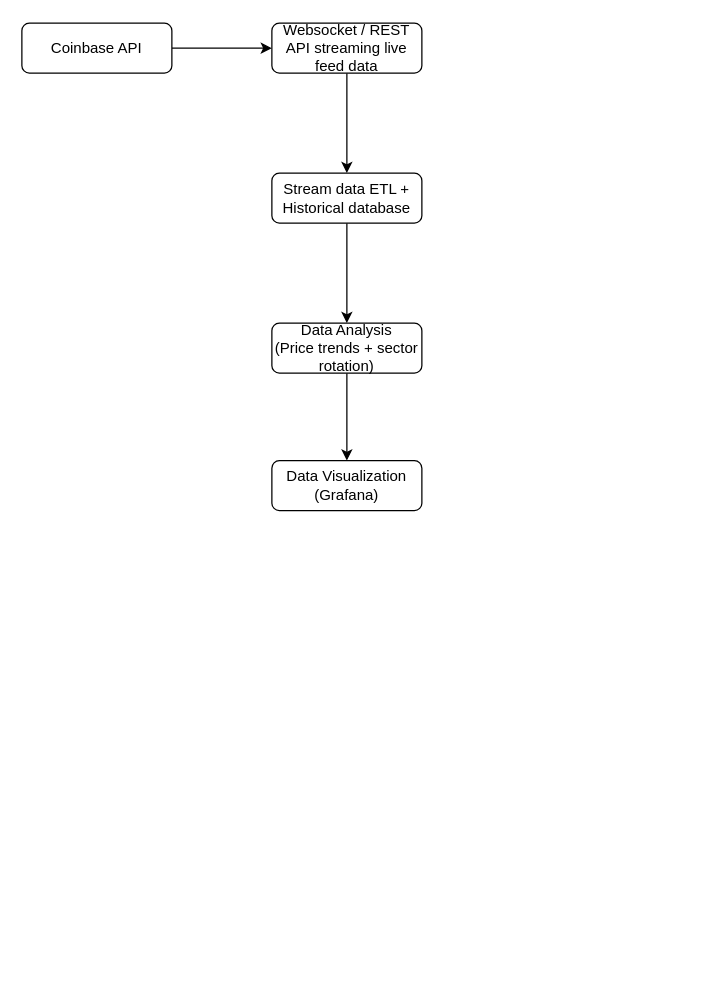
Above: workflow.drawio in sfu-mpcs/crytocode (draw.io), before the change. Source tidied: cells renumbered, new cells numbered last; positions are measured from the earlier drawing's top-left corner, leaving out a move shared by most shapes. Both pictures are drawn from the tidied source at 125%, with x=0, y=0 at pixel (21, 22).
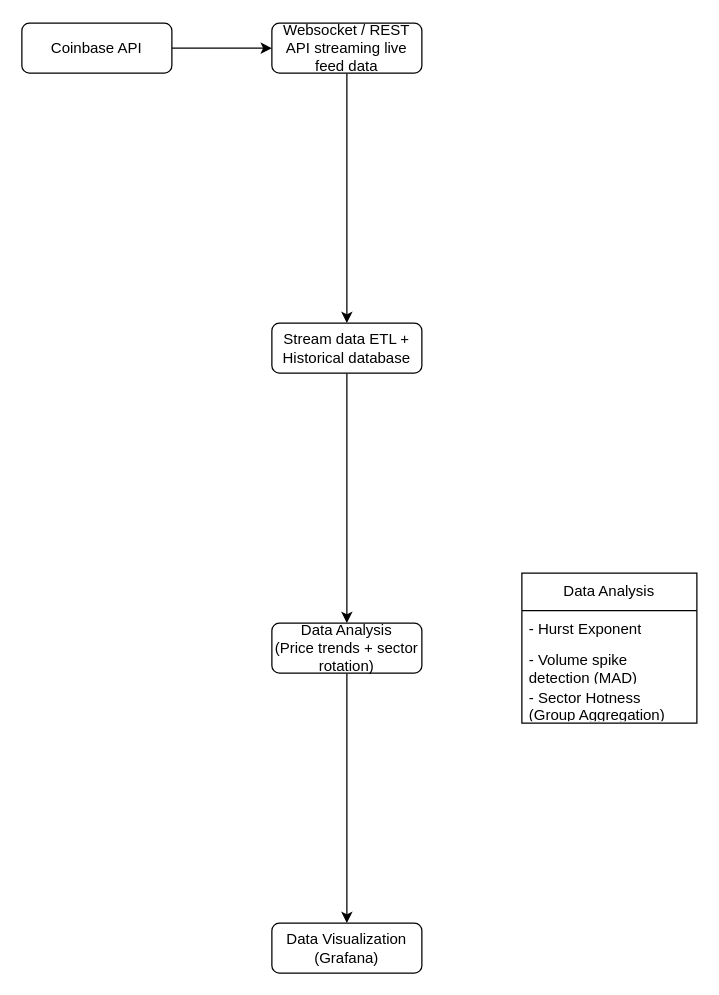
The same page after the edit.

Commit message:
Update details for analysis

What changed in the source:
```diff
@@
 <mxGraphModel>
   <root>
     <mxCell id="0" />
     <mxCell id="1" parent="0" />
     <mxCell id="2" style="edgeStyle=orthogonalEdgeStyle;rounded=0;jettySize=auto;html=1;" parent="1" edge="1" source="3" target="5">
       <mxGeometry relative="1" as="geometry" />
     </mxCell>
     <mxCell id="3" value="Websocket / REST API streaming live feed data" style="rounded=1;whiteSpace=wrap;html=1;fontSize=12;glass=0;strokeWidth=1;shadow=0;" parent="1" vertex="1">
       <mxGeometry x="200" width="120" height="40" as="geometry" />
     </mxCell>
     <mxCell id="4" style="edgeStyle=orthogonalEdgeStyle;rounded=0;jettySize=auto;html=1;" parent="1" edge="1" source="5" target="8">
       <mxGeometry relative="1" as="geometry" />
     </mxCell>
     <mxCell id="5" value="Stream data ETL + Historical database" style="rounded=1;whiteSpace=wrap;html=1;fontSize=12;glass=0;strokeWidth=1;shadow=0;" parent="1" vertex="1">
-      <mxGeometry x="200" y="120" width="120" height="40" as="geometry" />
+      <mxGeometry x="200" y="240" width="120" height="40" as="geometry" />
     </mxCell>
     <mxCell id="6" value="Data Visualization&lt;div&gt;(Grafana)&lt;/div&gt;" style="rounded=1;whiteSpace=wrap;html=1;fontSize=12;glass=0;strokeWidth=1;shadow=0;" parent="1" vertex="1">
-      <mxGeometry x="200" y="350" width="120" height="40" as="geometry" />
+      <mxGeometry x="200" y="720" width="120" height="40" as="geometry" />
     </mxCell>
     <mxCell id="7" style="edgeStyle=orthogonalEdgeStyle;rounded=0;jettySize=auto;html=1;" parent="1" edge="1" source="8" target="6">
       <mxGeometry relative="1" as="geometry" />
     </mxCell>
     <mxCell id="8" value="Data Analysis&lt;div&gt;(Price trends + sector rotation)&lt;/div&gt;" style="rounded=1;whiteSpace=wrap;html=1;fontSize=12;glass=0;strokeWidth=1;shadow=0;" parent="1" vertex="1">
-      <mxGeometry x="200" y="240" width="120" height="40" as="geometry" />
+      <mxGeometry x="200" y="480" width="120" height="40" as="geometry" />
     </mxCell>
     <mxCell id="9" style="edgeStyle=orthogonalEdgeStyle;rounded=0;jettySize=auto;html=1;" parent="1" edge="1" source="10" target="3">
       <mxGeometry relative="1" as="geometry" />
     </mxCell>
     <mxCell id="10" value="Coinbase API" style="rounded=1;whiteSpace=wrap;html=1;fontSize=12;glass=0;strokeWidth=1;shadow=0;" parent="1" vertex="1">
       <mxGeometry width="120" height="40" as="geometry" />
     </mxCell>
+    <mxCell id="11" value="Data Analysis" style="swimlane;fontStyle=0;horizontal=1;startSize=30;whiteSpace=wrap;html=1;" parent="1" vertex="1">
+      <mxGeometry x="400" y="440" width="140" height="120" as="geometry" />
+    </mxCell>
+    <mxCell id="12" value="- Hurst Exponent" style="text;strokeColor=none;fillColor=none;align=left;verticalAlign=middle;spacingLeft=4;spacingRight=4;overflow=hidden;whiteSpace=wrap;html=1;" parent="11" vertex="1">
+      <mxGeometry y="30" width="140" height="30" as="geometry" />
+    </mxCell>
+    <mxCell id="13" value="- Volume spike detection (MAD)" style="text;strokeColor=none;fillColor=none;align=left;verticalAlign=middle;spacingLeft=4;spacingRight=4;overflow=hidden;whiteSpace=wrap;html=1;" parent="11" vertex="1">
+      <mxGeometry y="60" width="140" height="30" as="geometry" />
+    </mxCell>
+    <mxCell id="14" value="- Sector Hotness (Group Aggregation)" style="text;strokeColor=none;fillColor=none;align=left;verticalAlign=middle;spacingLeft=4;spacingRight=4;overflow=hidden;whiteSpace=wrap;html=1;" parent="11" vertex="1">
+      <mxGeometry y="90" width="140" height="30" as="geometry" />
+    </mxCell>
   </root>
 </mxGraphModel>
```
